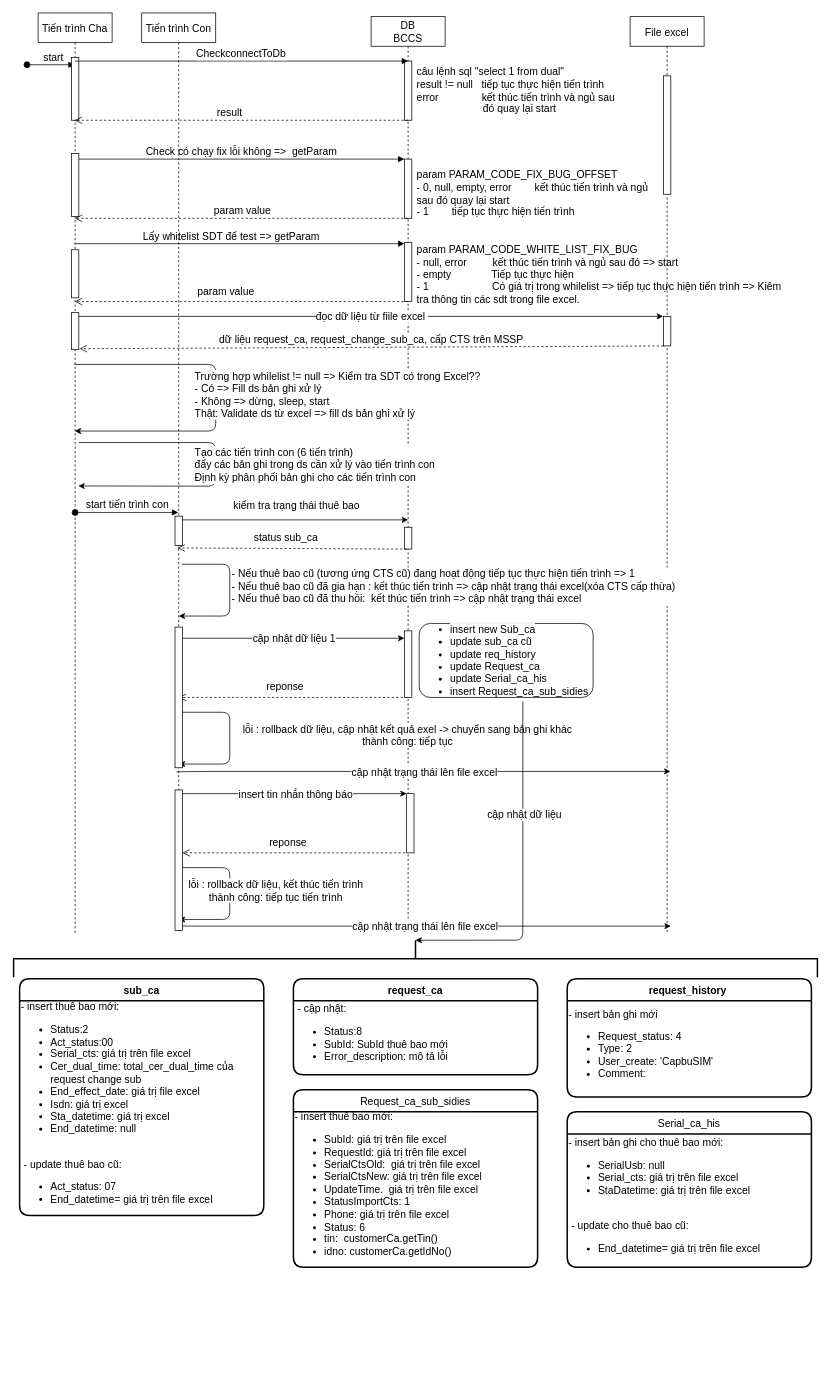
This is Untitled Diagram.drawio from tvthieu/testmerge, a draw.io file, before an edit. Source tidied: cells renumbered, new cells numbered last; positions are measured from the earlier drawing's top-left corner, leaving out a move shared by most shapes. Both pictures are drawn from the tidied source at 74%, with x=0, y=0 at pixel (19, 13).
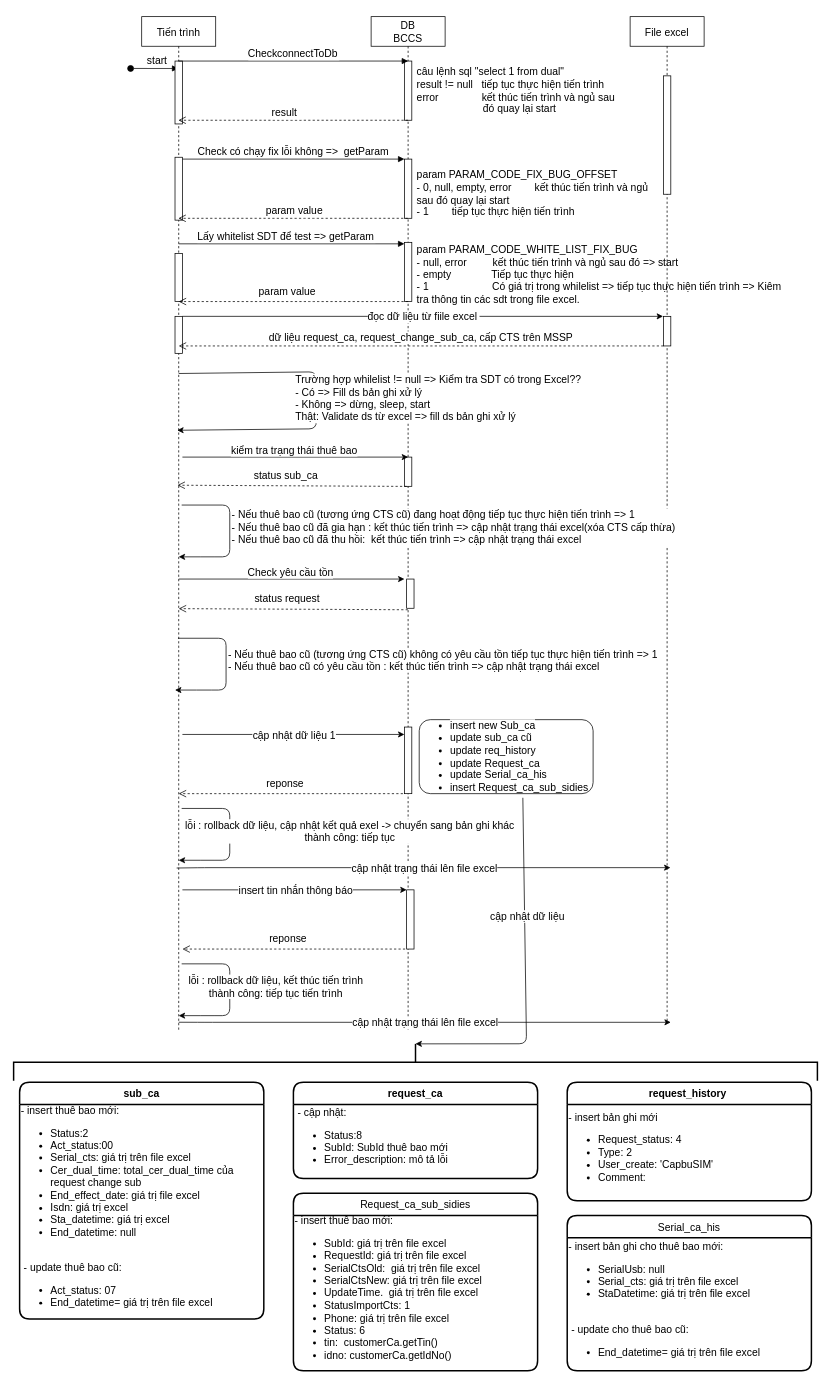
The same page after the edit.

Unchanged cells that the change refers to:
```xml
<mxCell id="5" style="points=[];perimeter=orthogonalPerimeter;rounded=0;shadow=0;strokeWidth=1;fontSize=14;" parent="2" vertex="1">
  <mxGeometry x="45" y="405" width="10" height="50" as="geometry" />
</mxCell>
<mxCell id="10" style="points=[];perimeter=orthogonalPerimeter;rounded=0;shadow=0;strokeWidth=1;fontSize=14;" parent="8" vertex="1">
  <mxGeometry x="45" y="305" width="10" height="80" as="geometry" />
</mxCell>
<mxCell id="26" style="points=[];perimeter=orthogonalPerimeter;rounded=0;shadow=0;strokeWidth=1;fontSize=14;" parent="1" vertex="1">
  <mxGeometry x="870" y="410" width="10" height="40" as="geometry" />
</mxCell>
```

Change to the diagram source:
```diff
@@
-    <mxCell id="2" value="Tiến trình Cha" style="shape=umlLifeline;perimeter=lifelinePerimeter;rounded=0;shadow=0;strokeWidth=1;fontSize=14;" parent="1" vertex="1">
-      <mxGeometry x="25" width="100" height="1245" as="geometry" />
+    <mxCell id="2" value="Tiến trình" style="shape=umlLifeline;perimeter=lifelinePerimeter;rounded=0;shadow=0;strokeWidth=1;fontSize=14;" parent="1" vertex="1">
+      <mxGeometry x="165" y="5" width="100" height="1370" as="geometry" />
     </mxCell>
@@
     <mxCell id="8" value="DB &#10;BCCS" style="shape=umlLifeline;perimeter=lifelinePerimeter;rounded=0;shadow=0;strokeWidth=1;fontSize=14;" parent="1" vertex="1">
-      <mxGeometry x="475" y="5" width="100" height="1220" as="geometry" />
+      <mxGeometry x="475" y="5" width="100" height="1370" as="geometry" />
     </mxCell>
@@
     <mxCell id="12" style="perimeter=orthogonalPerimeter;rounded=0;shadow=0;strokeWidth=1;fontSize=14;" parent="8" vertex="1">
-      <mxGeometry x="45" y="690" width="10" height="29.5" as="geometry" />
+      <mxGeometry x="45" y="595.2" width="10" height="39.5" as="geometry" />
     </mxCell>
     <mxCell id="13" style="perimeter=orthogonalPerimeter;rounded=0;shadow=0;strokeWidth=1;fontSize=14;" parent="8" vertex="1">
-      <mxGeometry x="45" y="830" width="10" height="90" as="geometry" />
+      <mxGeometry x="45" y="960" width="10" height="90" as="geometry" />
     </mxCell>
     <mxCell id="14" style="perimeter=orthogonalPerimeter;rounded=0;shadow=0;strokeWidth=1;fontSize=14;" parent="8" vertex="1">
-      <mxGeometry x="48" y="1050" width="10" height="80" as="geometry" />
+      <mxGeometry x="48" y="1180" width="10" height="80" as="geometry" />
     </mxCell>
+    <mxCell id="72" style="perimeter=orthogonalPerimeter;rounded=0;shadow=0;strokeWidth=1;fontSize=14;" parent="8" vertex="1">
+      <mxGeometry x="48" y="760" width="10" height="39.5" as="geometry" />
+    </mxCell>
@@
     <mxCell id="17" value="File excel" style="shape=umlLifeline;perimeter=lifelinePerimeter;rounded=0;shadow=0;strokeWidth=1;fontSize=14;" parent="1" vertex="1">
-      <mxGeometry x="825" y="5" width="100" height="1240" as="geometry" />
+      <mxGeometry x="825" y="5" width="100" height="1360" as="geometry" />
     </mxCell>
@@
-    <mxCell id="20" value="Lấy whitelist SDT để test =&gt; getParam" style="verticalAlign=bottom;endArrow=block;shadow=0;strokeWidth=1;exitX=0.493;exitY=0.272;exitDx=0;exitDy=0;exitPerimeter=0;fontSize=14;" parent="1" edge="1" target="10">
+    <mxCell id="20" value="Lấy whitelist SDT để test =&gt; getParam" style="verticalAlign=bottom;endArrow=block;shadow=0;strokeWidth=1;fontSize=14;" parent="1" edge="1" target="10">
       <mxGeometry x="-0.05" relative="1" as="geometry">
-        <mxPoint x="74.3" y="311.8" as="sourcePoint" />
+        <mxPoint x="215" y="312" as="sourcePoint" />
       </mxGeometry>
     </mxCell>
@@
     <mxCell id="22" value="param value" style="verticalAlign=bottom;endArrow=open;dashed=1;endSize=8;shadow=0;strokeWidth=1;fontSize=14;" parent="1" edge="1">
       <mxGeometry x="0.18" y="-20" relative="1" as="geometry">
         <mxPoint x="525" y="390" as="sourcePoint" />
-        <mxPoint x="74.4" y="390" as="targetPoint" />
+        <mxPoint x="215" y="390" as="targetPoint" />
         <Array as="points">
           <mxPoint x="395.5" y="390" />
         </Array>
         <mxPoint x="20" y="16" as="offset" />
       </mxGeometry>
     </mxCell>
@@
-    <mxCell id="29" value="dữ liệu request_ca, request_change_sub_ca, cấp CTS trên MSSP&lt;br style=&quot;font-size: 14px;&quot;&gt;" style="html=1;verticalAlign=bottom;endArrow=open;dashed=1;endSize=8;exitX=0;exitY=1;exitDx=0;exitDy=0;exitPerimeter=0;entryX=1.1;entryY=0.975;entryDx=0;entryDy=0;entryPerimeter=0;fontSize=14;" parent="1" edge="1" source="26" target="5">
-      <mxGeometry relative="1" as="geometry" />
+    <mxCell id="29" value="dữ liệu request_ca, request_change_sub_ca, cấp CTS trên MSSP&lt;br style=&quot;font-size: 14px;&quot;&gt;" style="html=1;verticalAlign=bottom;endArrow=open;dashed=1;endSize=8;exitX=0;exitY=1;exitDx=0;exitDy=0;exitPerimeter=0;fontSize=14;" parent="1" edge="1" source="26">
+      <mxGeometry relative="1" as="geometry">
+        <mxPoint x="215" y="450" as="targetPoint" />
+      </mxGeometry>
     </mxCell>
-    <mxCell id="30" style="endArrow=classic;html=1;fontSize=14;" parent="1" edge="1" source="59">
+    <mxCell id="30" style="endArrow=classic;html=1;fontSize=14;" parent="1" edge="1">
       <mxGeometry relative="1" as="geometry">
-        <mxPoint x="525" y="685" as="targetPoint" />
+        <mxPoint x="220" y="600.2" as="sourcePoint" />
+        <mxPoint x="525" y="600.2" as="targetPoint" />
       </mxGeometry>
     </mxCell>
     <mxCell id="31" value="kiểm tra trạng thái thuê bao" style="edgeLabel;html=1;align=center;verticalAlign=middle;fontSize=14;" parent="30" vertex="1">
       <mxGeometry relative="1" as="geometry">
-        <mxPoint y="-20" as="offset" />
+        <mxPoint x="-3" y="-10" as="offset" />
       </mxGeometry>
     </mxCell>
     <mxCell id="32" value="status sub_ca" style="verticalAlign=bottom;endArrow=open;dashed=1;endSize=8;shadow=0;strokeWidth=1;fontSize=14;entryX=0.483;entryY=0.568;entryDx=0;entryDy=0;entryPerimeter=0;" parent="1" edge="1">
       <mxGeometry x="0.18" y="-20" relative="1" as="geometry">
-        <mxPoint x="523" y="724.5" as="sourcePoint" />
-        <mxPoint x="213.3" y="723" as="targetPoint" />
+        <mxPoint x="523" y="639.8" as="sourcePoint" />
+        <mxPoint x="213.3" y="638.2" as="targetPoint" />
         <mxPoint x="20" y="16" as="offset" />
       </mxGeometry>
     </mxCell>
-    <mxCell id="33" style="endArrow=classic;html=1;fontSize=14;entryX=0.493;entryY=0.501;entryDx=0;entryDy=0;entryPerimeter=0;" parent="1" edge="1">
-      <mxGeometry relative="1" as="geometry">
-        <mxPoint x="80" y="580.5" as="sourcePoint" />
-        <mxPoint x="79.3" y="639.2" as="targetPoint" />
-        <Array as="points">
-          <mxPoint x="265" y="580.5" />
-          <mxPoint x="265" y="639.5" />
-        </Array>
-      </mxGeometry>
-    </mxCell>
-    <mxCell id="34" value="Tạo các tiến trình con (6 tiến trình)&lt;br&gt;đẩy các bản ghi trong ds cần xử lý vào tiến trình con&lt;br&gt;Định kỳ phân phối bản ghi cho các tiến trình con" style="edgeLabel;html=1;align=left;verticalAlign=middle;fontSize=14;" parent="33" vertex="1">
-      <mxGeometry relative="1" as="geometry">
-        <mxPoint x="-30" as="offset" />
-      </mxGeometry>
-    </mxCell>
-    <mxCell id="35" value=" start tiến trình con" style="verticalAlign=bottom;startArrow=oval;endArrow=block;startSize=8;shadow=0;strokeWidth=1;fontSize=14;" parent="1" edge="1">
-      <mxGeometry relative="1" as="geometry">
-        <mxPoint x="75" y="675" as="sourcePoint" />
-        <mxPoint x="214.5" y="675" as="targetPoint" />
-        <mxPoint x="-1" as="offset" />
-      </mxGeometry>
-    </mxCell>
     <mxCell id="36" style="endArrow=classic;html=1;fontSize=14;" parent="1" edge="1">
       <mxGeometry relative="1" as="geometry">
-        <mxPoint x="219" y="745" as="sourcePoint" />
-        <mxPoint x="215" y="815" as="targetPoint" />
+        <mxPoint x="219" y="665" as="sourcePoint" />
+        <mxPoint x="215" y="735" as="targetPoint" />
         <Array as="points">
-          <mxPoint x="284" y="745" />
-          <mxPoint x="284" y="815" />
-          <mxPoint x="254" y="815" />
+          <mxPoint x="284" y="665" />
+          <mxPoint x="284" y="735" />
+          <mxPoint x="254" y="735" />
         </Array>
       </mxGeometry>
     </mxCell>
-    <mxCell id="37" value="- Nếu thuê bao cũ (tương ứng CTS cũ) đang hoạt động tiếp tục thực hiện tiến trình =&amp;gt; 1&lt;br style=&quot;font-size: 14px&quot;&gt;- Nếu thuê bao cũ đã gia hạn : kết thúc tiến trình =&amp;gt; cập nhật trạng thái excel(xóa CTS cấp thừa)&lt;br&gt;- Nếu thuê bao cũ đã thu hồi:&amp;nbsp; kết thúc tiến trình =&amp;gt; cập nhật trạng thái excel" style="edgeLabel;html=1;align=left;verticalAlign=middle;fontSize=14;" parent="36" vertex="1">
+    <mxCell id="37" value="- Nếu thuê bao cũ (tương ứng CTS cũ) đang hoạt động tiếp tục thực hiện tiến trình =&amp;gt; 1&lt;br style=&quot;font-size: 14px&quot;&gt;- Nếu thuê bao cũ đã gia hạn : kết thúc tiến trình =&amp;gt; cập nhật trạng thái excel(xóa CTS cấp thừa)&lt;br&gt;- Nếu thuê bao cũ đã thu hồi:&amp;nbsp; kết thúc tiến trình =&amp;gt; cập nhật trạng thái excel&lt;br&gt;" style="edgeLabel;html=1;align=left;verticalAlign=middle;fontSize=14;" parent="36" vertex="1">
       <mxGeometry relative="1" as="geometry">
         <mxPoint x="1" y="-7.1" as="offset" />
       </mxGeometry>
     </mxCell>
-    <mxCell id="38" style="endArrow=classic;html=1;fontSize=14;" parent="1" edge="1" source="60">
+    <mxCell id="38" style="endArrow=classic;html=1;fontSize=14;" parent="1" edge="1">
       <mxGeometry relative="1" as="geometry">
-        <mxPoint x="520" y="845" as="targetPoint" />
+        <mxPoint x="220" y="975" as="sourcePoint" />
+        <mxPoint x="520" y="975" as="targetPoint" />
       </mxGeometry>
     </mxCell>
@@
-    <mxCell id="40" value="reponse" style="verticalAlign=bottom;endArrow=open;dashed=1;endSize=8;shadow=0;strokeWidth=1;fontSize=14;entryX=0.5;entryY=0.5;entryDx=0;entryDy=0;entryPerimeter=0;" parent="1" edge="1" target="60">
+    <mxCell id="40" value="reponse" style="verticalAlign=bottom;endArrow=open;dashed=1;endSize=8;shadow=0;strokeWidth=1;fontSize=14;entryX=0.5;entryY=0.5;entryDx=0;entryDy=0;entryPerimeter=0;" parent="1" edge="1">
       <mxGeometry x="0.18" y="-20" relative="1" as="geometry">
-        <mxPoint x="518" y="925" as="sourcePoint" />
+        <mxPoint x="518" y="1055" as="sourcePoint" />
+        <mxPoint x="215" y="1055" as="targetPoint" />
         <mxPoint x="20" y="16" as="offset" />
       </mxGeometry>
     </mxCell>
     <mxCell id="41" style="endArrow=classic;html=1;fontSize=14;exitX=0.472;exitY=0.816;exitDx=0;exitDy=0;exitPerimeter=0;" parent="1" edge="1">
       <mxGeometry relative="1" as="geometry">
-        <mxPoint x="212.2" y="1025.5" as="sourcePoint" />
-        <mxPoint x="879.5" y="1025" as="targetPoint" />
+        <mxPoint x="212.2" y="1155.5" as="sourcePoint" />
+        <mxPoint x="879.5" y="1155" as="targetPoint" />
         <Array as="points">
-          <mxPoint x="250" y="1025" />
+          <mxPoint x="250" y="1155" />
         </Array>
       </mxGeometry>
     </mxCell>
@@
-    <mxCell id="43" style="endArrow=classic;html=1;fontSize=14;" parent="1" edge="1" source="61">
+    <mxCell id="43" style="endArrow=classic;html=1;fontSize=14;" parent="1" edge="1">
       <mxGeometry relative="1" as="geometry">
-        <mxPoint x="523" y="1055" as="targetPoint" />
+        <mxPoint x="220" y="1185" as="sourcePoint" />
+        <mxPoint x="523" y="1185" as="targetPoint" />
       </mxGeometry>
     </mxCell>
@@
-    <mxCell id="45" value="reponse" style="verticalAlign=bottom;endArrow=open;dashed=1;endSize=8;shadow=0;strokeWidth=1;fontSize=14;" parent="1" edge="1" target="61">
+    <mxCell id="45" value="reponse" style="verticalAlign=bottom;endArrow=open;dashed=1;endSize=8;shadow=0;strokeWidth=1;fontSize=14;" parent="1" edge="1">
       <mxGeometry x="0.18" y="-20" relative="1" as="geometry">
-        <mxPoint x="521" y="1135" as="sourcePoint" />
+        <mxPoint x="521" y="1265" as="sourcePoint" />
+        <mxPoint x="220" y="1265" as="targetPoint" />
         <mxPoint x="20" y="16" as="offset" />
       </mxGeometry>
     </mxCell>
-    <mxCell id="46" style="endArrow=classic;html=1;fontSize=14;exitX=0.5;exitY=0.968;exitDx=0;exitDy=0;exitPerimeter=0;" parent="1" edge="1" source="61">
+    <mxCell id="46" style="endArrow=classic;html=1;fontSize=14;exitX=0.5;exitY=0.968;exitDx=0;exitDy=0;exitPerimeter=0;" parent="1" edge="1">
       <mxGeometry relative="1" as="geometry">
-        <mxPoint x="880" y="1234" as="targetPoint" />
+        <mxPoint x="215" y="1363.9" as="sourcePoint" />
+        <mxPoint x="880" y="1364" as="targetPoint" />
         <Array as="points">
-          <mxPoint x="250.5" y="1234" />
+          <mxPoint x="250.5" y="1364" />
         </Array>
       </mxGeometry>
     </mxCell>
@@
     <mxCell id="48" style="endArrow=classic;html=1;fontSize=14;" parent="1" edge="1">
       <mxGeometry relative="1" as="geometry">
-        <mxPoint x="219" y="945" as="sourcePoint" />
-        <mxPoint x="215" y="1015" as="targetPoint" />
+        <mxPoint x="219" y="1075" as="sourcePoint" />
+        <mxPoint x="215" y="1145" as="targetPoint" />
         <Array as="points">
-          <mxPoint x="284" y="945" />
-          <mxPoint x="284" y="1015" />
-          <mxPoint x="254" y="1015" />
+          <mxPoint x="284" y="1075" />
+          <mxPoint x="284" y="1145" />
+          <mxPoint x="254" y="1145" />
         </Array>
       </mxGeometry>
     </mxCell>
     <mxCell id="49" value="lỗi : rollback dữ liệu, cập nhật kết quả exel -&amp;gt; chuyển sang bản ghi khác&lt;br style=&quot;font-size: 14px&quot;&gt;thành công: tiếp tục" style="edgeLabel;html=1;align=center;verticalAlign=middle;fontSize=14;" parent="48" vertex="1">
       <mxGeometry relative="1" as="geometry">
-        <mxPoint x="239" y="-7" as="offset" />
+        <mxPoint x="161" y="-7" as="offset" />
       </mxGeometry>
     </mxCell>
     <mxCell id="50" style="endArrow=classic;html=1;fontSize=14;" parent="1" edge="1">
       <mxGeometry relative="1" as="geometry">
-        <mxPoint x="219" y="1155" as="sourcePoint" />
-        <mxPoint x="215" y="1225" as="targetPoint" />
+        <mxPoint x="219" y="1285" as="sourcePoint" />
+        <mxPoint x="215" y="1355" as="targetPoint" />
         <Array as="points">
-          <mxPoint x="284" y="1155" />
-          <mxPoint x="284" y="1225" />
-          <mxPoint x="254" y="1225" />
+          <mxPoint x="284" y="1285" />
+          <mxPoint x="284" y="1355" />
+          <mxPoint x="254" y="1355" />
         </Array>
       </mxGeometry>
     </mxCell>
@@
     <mxCell id="52" style="endArrow=classic;html=1;exitX=0.596;exitY=1.056;exitDx=0;exitDy=0;exitPerimeter=0;fontSize=14;entryX=0;entryY=0.5;entryDx=0;entryDy=0;entryPerimeter=0;" parent="1" edge="1" source="54" target="55">
       <mxGeometry relative="1" as="geometry">
         <Array as="points">
-          <mxPoint x="680" y="1253" />
+          <mxPoint x="685" y="1393" />
         </Array>
       </mxGeometry>
     </mxCell>
@@
     <mxCell id="54" value="&lt;ul style=&quot;font-size: 14px;&quot;&gt;&lt;li style=&quot;font-size: 14px;&quot;&gt;&lt;span style=&quot;font-size: 14px; background-color: rgb(255, 255, 255);&quot;&gt;insert new Sub_ca&lt;/span&gt;&lt;/li&gt;&lt;li style=&quot;font-size: 14px;&quot;&gt;update sub_ca cũ&lt;/li&gt;&lt;li style=&quot;font-size: 14px;&quot;&gt;update req_history&lt;/li&gt;&lt;li style=&quot;font-size: 14px;&quot;&gt;update&amp;nbsp;Request_ca&lt;br style=&quot;font-size: 14px;&quot;&gt;&lt;/li&gt;&lt;li style=&quot;font-size: 14px;&quot;&gt;update&amp;nbsp;Serial_ca_his&lt;br style=&quot;font-size: 14px;&quot;&gt;&lt;/li&gt;&lt;li style=&quot;font-size: 14px;&quot;&gt;insert Request_ca_sub_sidies&lt;/li&gt;&lt;/ul&gt;" style="rounded=1;whiteSpace=wrap;html=1;align=left;fontSize=14;" parent="1" vertex="1">
-      <mxGeometry x="540" y="825" width="235" height="100" as="geometry" />
+      <mxGeometry x="540" y="955" width="235" height="100" as="geometry" />
     </mxCell>
     <mxCell id="55" style="strokeWidth=2;html=1;shape=mxgraph.flowchart.annotation_2;align=left;labelPosition=right;rotation=90;fontSize=14;" parent="1" vertex="1">
-      <mxGeometry x="510" y="735" width="50" height="1086.2" as="geometry" />
+      <mxGeometry x="510" y="875" width="50" height="1086.2" as="geometry" />
     </mxCell>
-    <mxCell id="56" style="endArrow=classic;html=1;fontSize=14;" parent="1" edge="1" target="2">
+    <mxCell id="56" style="endArrow=classic;html=1;fontSize=14;entryX=0.48;entryY=0.408;entryDx=0;entryDy=0;entryPerimeter=0;exitX=0.5;exitY=0.352;exitDx=0;exitDy=0;exitPerimeter=0;" parent="1" edge="1" source="2" target="2">
       <mxGeometry relative="1" as="geometry">
-        <mxPoint x="74" y="475" as="sourcePoint" />
         <Array as="points">
-          <mxPoint x="265" y="475" />
-          <mxPoint x="265" y="565" />
+          <mxPoint x="401" y="485" />
+          <mxPoint x="401" y="562" />
         </Array>
       </mxGeometry>
     </mxCell>
@@
-    <mxCell id="58" value="Tiến trình Con" style="shape=umlLifeline;perimeter=lifelinePerimeter;rounded=0;shadow=0;strokeWidth=1;fontSize=14;" parent="1" vertex="1">
-      <mxGeometry x="165" width="100" height="1220" as="geometry" />
-    </mxCell>
-    <mxCell id="59" style="points=[];perimeter=orthogonalPerimeter;rounded=0;shadow=0;strokeWidth=1;fontSize=14;" parent="58" vertex="1">
-      <mxGeometry x="45" y="680" width="10" height="39.5" as="geometry" />
-    </mxCell>
-    <mxCell id="60" style="points=[];perimeter=orthogonalPerimeter;rounded=0;shadow=0;strokeWidth=1;fontSize=14;" parent="58" vertex="1">
-      <mxGeometry x="45" y="830" width="10" height="190" as="geometry" />
-    </mxCell>
-    <mxCell id="61" style="points=[];perimeter=orthogonalPerimeter;rounded=0;shadow=0;strokeWidth=1;fontSize=14;" parent="58" vertex="1">
-      <mxGeometry x="45" y="1050" width="10" height="190" as="geometry" />
-    </mxCell>
+    <mxCell id="73" style="endArrow=classic;html=1;fontSize=14;" parent="1" edge="1">
+      <mxGeometry relative="1" as="geometry">
+        <mxPoint x="215" y="765" as="sourcePoint" />
+        <mxPoint x="520" y="765" as="targetPoint" />
+      </mxGeometry>
+    </mxCell>
+    <mxCell id="74" value="&lt;span style=&quot;text-align: left&quot;&gt;Check yêu cầu tồn&lt;/span&gt;" style="edgeLabel;html=1;align=center;verticalAlign=middle;fontSize=14;" parent="73" vertex="1">
+      <mxGeometry relative="1" as="geometry">
+        <mxPoint x="-3" y="-10" as="offset" />
+      </mxGeometry>
+    </mxCell>
+    <mxCell id="75" value="status request" style="verticalAlign=bottom;endArrow=open;dashed=1;endSize=8;shadow=0;strokeWidth=1;fontSize=14;entryX=0.483;entryY=0.568;entryDx=0;entryDy=0;entryPerimeter=0;" parent="1" edge="1">
+      <mxGeometry x="0.18" y="-20" relative="1" as="geometry">
+        <mxPoint x="524.7" y="806.5" as="sourcePoint" />
+        <mxPoint x="215" y="805" as="targetPoint" />
+        <mxPoint x="20" y="16" as="offset" />
+      </mxGeometry>
+    </mxCell>
     <mxCell id="62" value="sub_ca" style="swimlane;horizontal=1;startSize=30;rounded=1;fontSize=14;fontStyle=1;strokeWidth=2;shadow=0;dashed=0;align=center;fontFamily=Helvetica;" parent="1" vertex="1">
-      <mxGeometry y="1305" width="330" height="320" as="geometry" />
+      <mxGeometry y="1445" width="330" height="320" as="geometry" />
     </mxCell>
@@
     <mxCell id="64" value="request_ca" style="swimlane;horizontal=1;startSize=30;rounded=1;fontSize=14;fontStyle=1;strokeWidth=2;shadow=0;dashed=0;align=center;fontFamily=Helvetica;" parent="1" vertex="1">
-      <mxGeometry x="370" y="1305" width="330" height="130" as="geometry" />
+      <mxGeometry x="370" y="1445" width="330" height="130" as="geometry" />
     </mxCell>
@@
     <mxCell id="66" value="Request_ca_sub_sidies" style="swimlane;horizontal=1;startSize=30;rounded=1;fontSize=14;fontStyle=0;strokeWidth=2;shadow=0;dashed=0;align=center;fontFamily=Helvetica;" parent="1" vertex="1">
-      <mxGeometry x="370" y="1455" width="330" height="240" as="geometry" />
+      <mxGeometry x="370" y="1595" width="330" height="240" as="geometry" />
     </mxCell>
@@
     <mxCell id="68" value="request_history " style="swimlane;horizontal=1;startSize=30;rounded=1;fontSize=14;fontStyle=1;strokeWidth=2;shadow=0;dashed=0;align=center;fontFamily=Helvetica;" parent="1" vertex="1">
-      <mxGeometry x="740" y="1305" width="330" height="160" as="geometry" />
+      <mxGeometry x="740" y="1445" width="330" height="160" as="geometry" />
     </mxCell>
@@
     <mxCell id="70" value="Serial_ca_his" style="swimlane;horizontal=1;startSize=30;rounded=1;fontSize=14;fontStyle=0;strokeWidth=2;shadow=0;dashed=0;align=center;fontFamily=Helvetica;" parent="1" vertex="1">
-      <mxGeometry x="740" y="1485" width="330" height="210" as="geometry" />
+      <mxGeometry x="740" y="1625" width="330" height="210" as="geometry" />
     </mxCell>
@@
+    <mxCell id="76" style="endArrow=classic;html=1;fontSize=14;" parent="1" edge="1">
+      <mxGeometry relative="1" as="geometry">
+        <mxPoint x="214" y="845" as="sourcePoint" />
+        <mxPoint x="210" y="915" as="targetPoint" />
+        <Array as="points">
+          <mxPoint x="279" y="845" />
+          <mxPoint x="279" y="915" />
+          <mxPoint x="249" y="915" />
+        </Array>
+      </mxGeometry>
+    </mxCell>
+    <mxCell id="77" value="- Nếu thuê bao cũ (tương ứng CTS cũ) không có yêu cầu tồn tiếp tục thực hiện tiến trình =&amp;gt; 1&lt;br style=&quot;font-size: 14px&quot;&gt;- Nếu thuê bao cũ có yêu cầu tồn : kết thúc tiến trình =&amp;gt; cập nhật trạng thái excel" style="edgeLabel;html=1;align=left;verticalAlign=middle;fontSize=14;" parent="76" vertex="1">
+      <mxGeometry relative="1" as="geometry">
+        <mxPoint x="1" y="-7.1" as="offset" />
+      </mxGeometry>
+    </mxCell>
```
